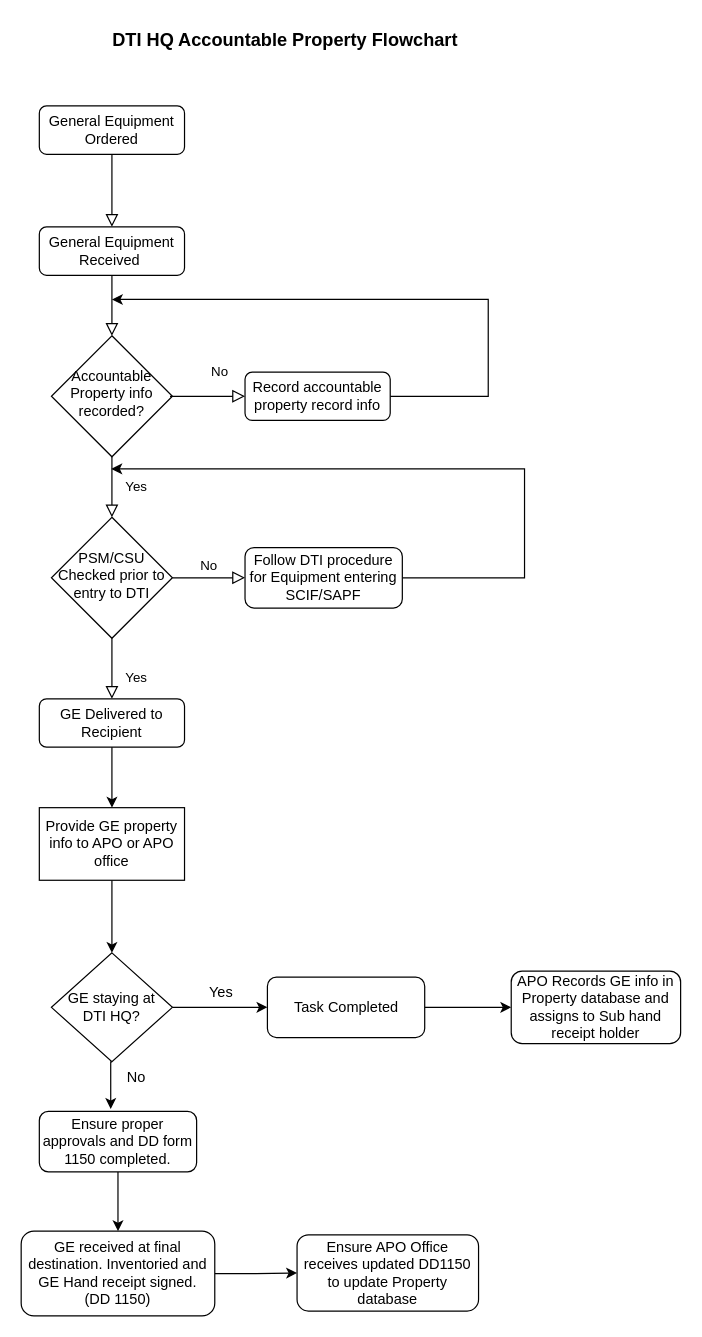
Before: Property Flow.drawio in moondog69/drawings, a draw.io diagram. Source tidied: cells renumbered, new cells numbered last; positions are measured from the earlier drawing's top-left corner, leaving out a move shared by most shapes. Both pictures are drawn from the tidied source at 121%, with x=0, y=0 at pixel (21, 21).
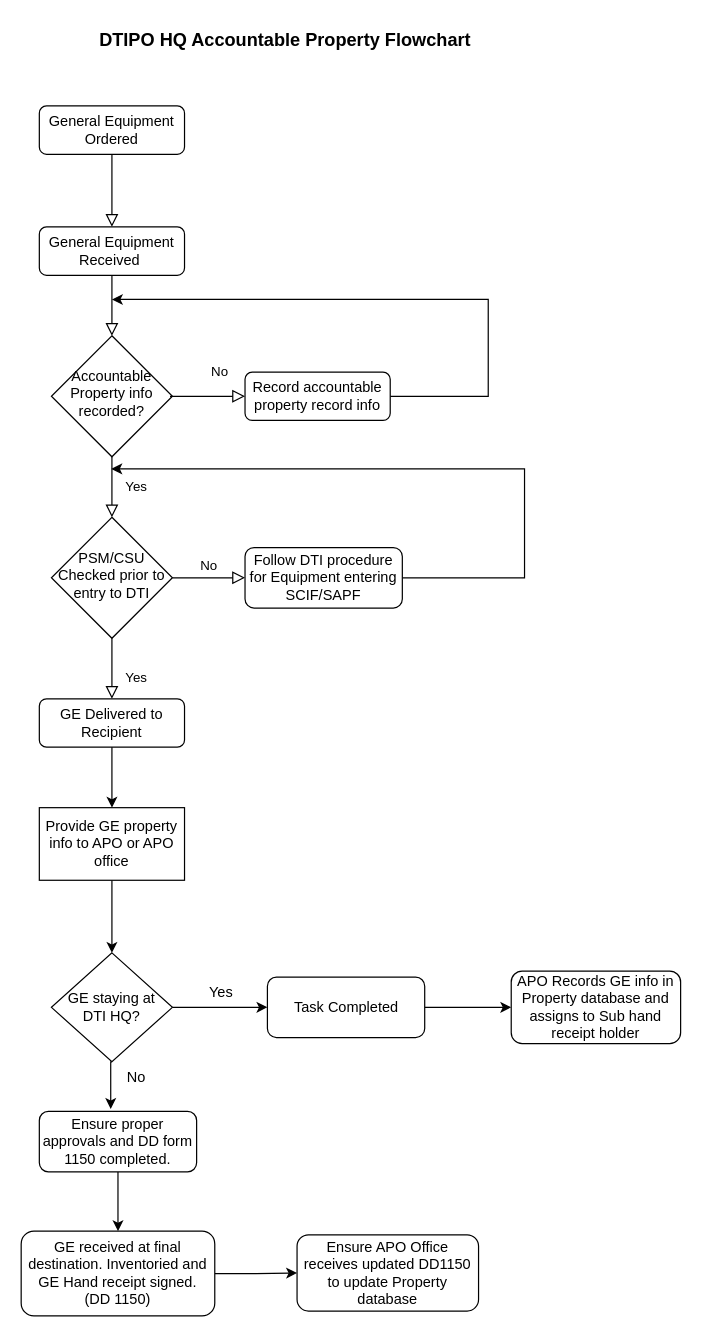
Above is the later version.

Diff of the diagram source:
```diff
@@
-    <mxCell id="29" value="&lt;b style=&quot;font-size: 15px;&quot;&gt;DTI HQ Accountable Property Flowchart&amp;nbsp;&lt;/b&gt;" style="text;html=1;align=center;verticalAlign=middle;strokeColor=none;fillColor=none;fontSize=15;" parent="1" vertex="1">
-      <mxGeometry x="65" width="310" height="30" as="geometry" />
+    <mxCell id="29" value="&lt;b style=&quot;font-size: 15px;&quot;&gt;DTIPO HQ Accountable Property Flowchart&amp;nbsp;&lt;/b&gt;" style="text;html=1;align=center;verticalAlign=middle;strokeColor=none;fillColor=none;fontSize=15;" parent="1" vertex="1">
+      <mxGeometry x="55" width="330" height="30" as="geometry" />
     </mxCell>
```
